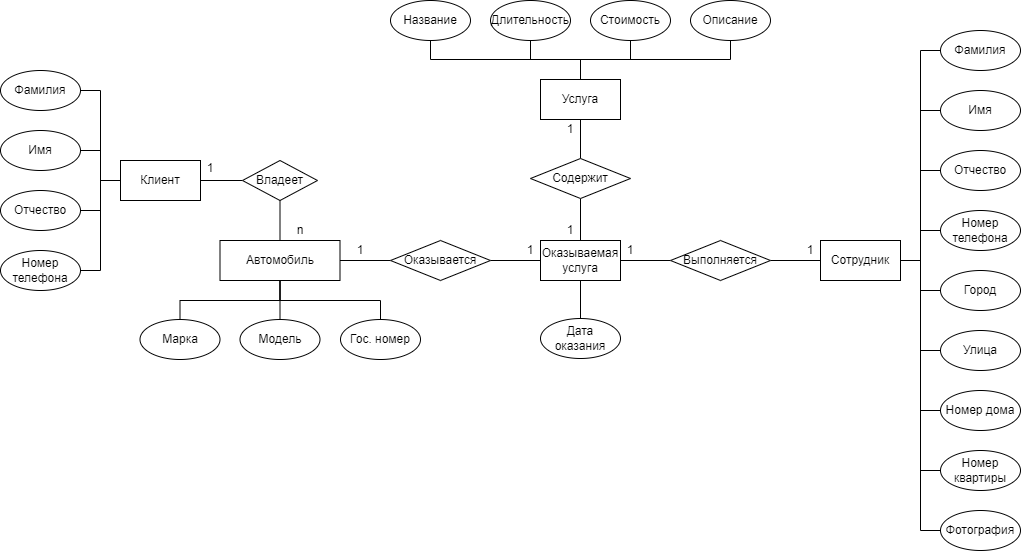
Earlier version of the draw.io export Concept.drawio.png (Mejioy/SUBD). Source tidied: cells renumbered, new cells last; positions are measured from the earlier drawing's top-left corner, leaving out a move shared by most shapes.
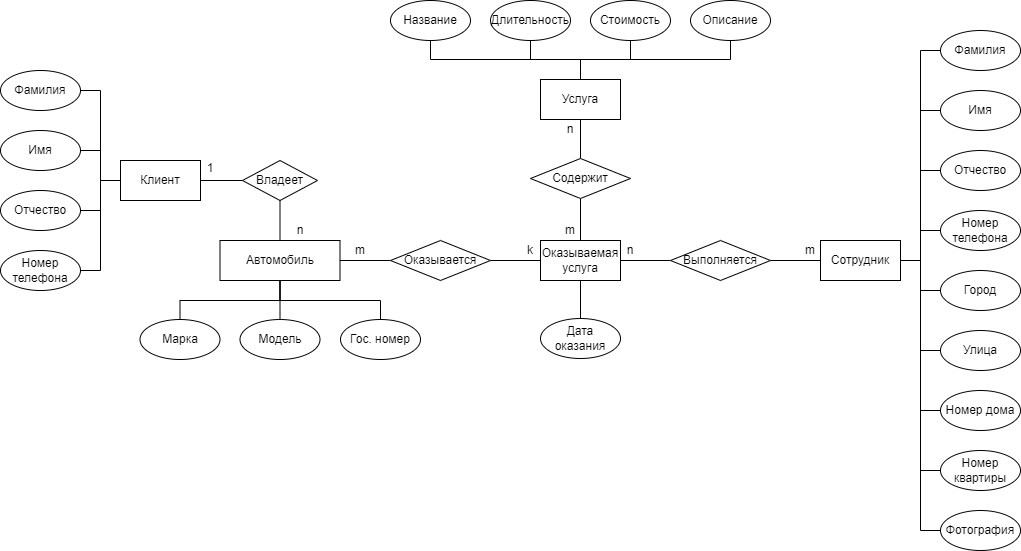
The same file after the commit.

What changed in the source:
```diff
@@ -202,22 +202,22 @@
     <mxCell id="61" value="1" style="text;html=1;strokeColor=none;fillColor=none;align=center;verticalAlign=middle;whiteSpace=wrap;rounded=0;" parent="1" vertex="1">
       <mxGeometry x="200" y="158" width="20" height="20" as="geometry" />
     </mxCell>
-    <mxCell id="62" value="1" style="text;html=1;strokeColor=none;fillColor=none;align=center;verticalAlign=middle;whiteSpace=wrap;rounded=0;" parent="1" vertex="1">
+    <mxCell id="62" value="m" style="text;html=1;strokeColor=none;fillColor=none;align=center;verticalAlign=middle;whiteSpace=wrap;rounded=0;" parent="1" vertex="1">
       <mxGeometry x="350" y="240" width="20" height="20" as="geometry" />
     </mxCell>
-    <mxCell id="63" value="1" style="text;html=1;strokeColor=none;fillColor=none;align=center;verticalAlign=middle;whiteSpace=wrap;rounded=0;" parent="1" vertex="1">
+    <mxCell id="63" value="k" style="text;html=1;strokeColor=none;fillColor=none;align=center;verticalAlign=middle;whiteSpace=wrap;rounded=0;" parent="1" vertex="1">
       <mxGeometry x="520" y="240" width="20" height="20" as="geometry" />
     </mxCell>
-    <mxCell id="64" value="1" style="text;html=1;strokeColor=none;fillColor=none;align=center;verticalAlign=middle;whiteSpace=wrap;rounded=0;" parent="1" vertex="1">
+    <mxCell id="64" value="n" style="text;html=1;strokeColor=none;fillColor=none;align=center;verticalAlign=middle;whiteSpace=wrap;rounded=0;" parent="1" vertex="1">
       <mxGeometry x="560" y="119" width="20" height="20" as="geometry" />
     </mxCell>
-    <mxCell id="65" value="1" style="text;html=1;strokeColor=none;fillColor=none;align=center;verticalAlign=middle;whiteSpace=wrap;rounded=0;" parent="1" vertex="1">
+    <mxCell id="65" value="m" style="text;html=1;strokeColor=none;fillColor=none;align=center;verticalAlign=middle;whiteSpace=wrap;rounded=0;" parent="1" vertex="1">
       <mxGeometry x="560" y="220" width="20" height="20" as="geometry" />
     </mxCell>
-    <mxCell id="66" value="1" style="text;html=1;strokeColor=none;fillColor=none;align=center;verticalAlign=middle;whiteSpace=wrap;rounded=0;" parent="1" vertex="1">
+    <mxCell id="66" value="n" style="text;html=1;strokeColor=none;fillColor=none;align=center;verticalAlign=middle;whiteSpace=wrap;rounded=0;" parent="1" vertex="1">
       <mxGeometry x="620" y="240" width="20" height="20" as="geometry" />
     </mxCell>
-    <mxCell id="67" value="1" style="text;html=1;strokeColor=none;fillColor=none;align=center;verticalAlign=middle;whiteSpace=wrap;rounded=0;" parent="1" vertex="1">
+    <mxCell id="67" value="m" style="text;html=1;strokeColor=none;fillColor=none;align=center;verticalAlign=middle;whiteSpace=wrap;rounded=0;" parent="1" vertex="1">
       <mxGeometry x="800" y="240" width="20" height="20" as="geometry" />
     </mxCell>
     <mxCell id="68" value="Фотография" style="ellipse;whiteSpace=wrap;html=1;" parent="1" vertex="1">
```
